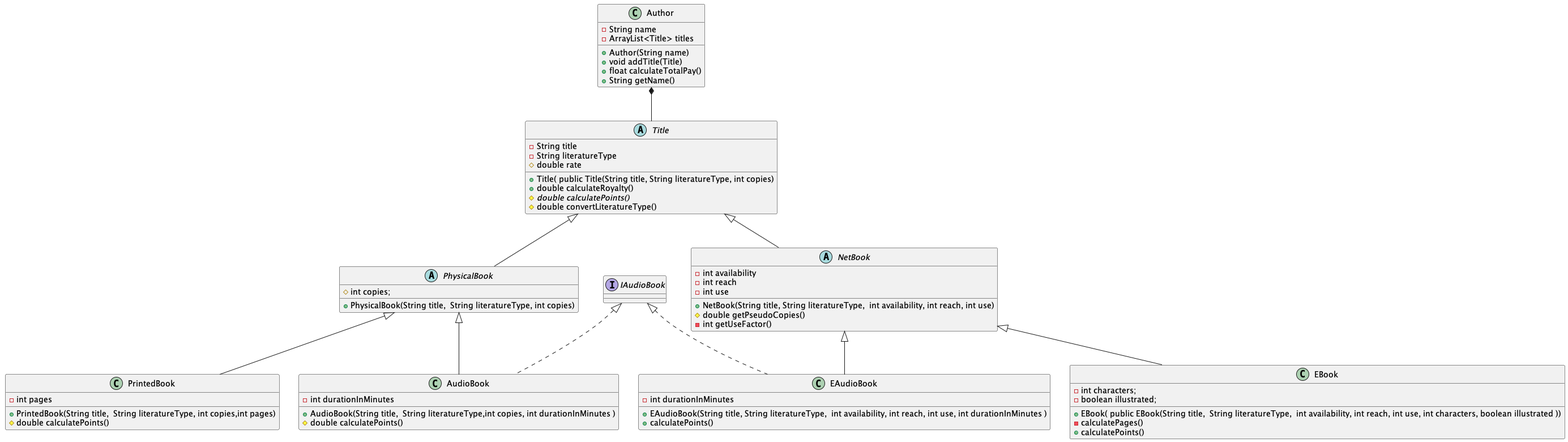
Before: projects/SP2/assets/LibraryRoyalties_hard.png, a diagram exported from PlantUML (Dat1Cphbusiness/content).
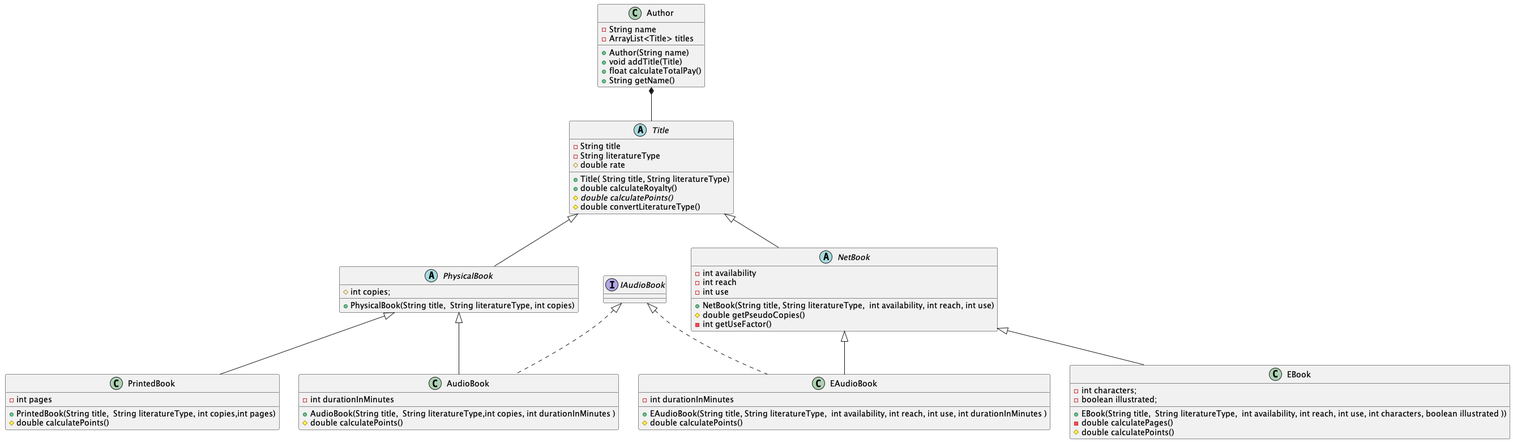
Above is the later version.

Commit message:
removed copies from Title constructor

The edit, as a diff of the source:
```diff
@@ -13,7 +13,7 @@
           - String title
           - String literatureType
           # double rate
-          + Title( public Title(String title, String literatureType, int copies)
+          + Title( String title, String literatureType)
           + double calculateRoyalty()
           # {abstract} double calculatePoints()
           # double convertLiteratureType()
@@ -35,7 +35,7 @@
 class PrintedBook extends PhysicalBook{
     - int pages
     + PrintedBook(String title,  String literatureType, int copies,int pages)
-      # double calculatePoints()
+     # double calculatePoints()
 
 }
 abstract class NetBook extends Title{
@@ -50,15 +50,15 @@
 class EBook extends NetBook{
  - int characters;
  - boolean illustrated;
- + EBook( public EBook(String title,  String literatureType,  int availability, int reach, int use, int characters, boolean illustrated ))
- - calculatePages()
- + calculatePoints()
+ + EBook(String title,  String literatureType,  int availability, int reach, int use, int characters, boolean illustrated ))
+ - double calculatePages()
+ # double calculatePoints()
 
 }
 class EAudioBook extends NetBook implements IAudioBook{
  - int durationInMinutes
  + EAudioBook(String title, String literatureType,  int availability, int reach, int use, int durationInMinutes )
- + calculatePoints()
+ # double calculatePoints()
 }
 
 
```
